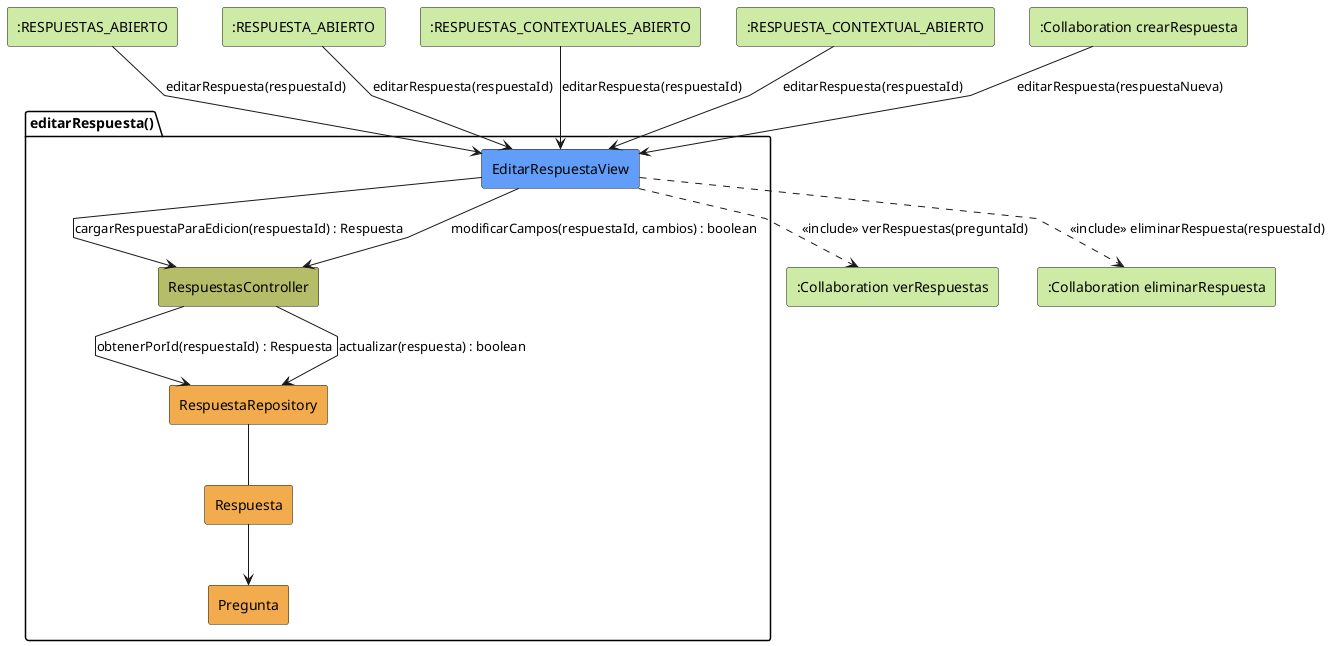
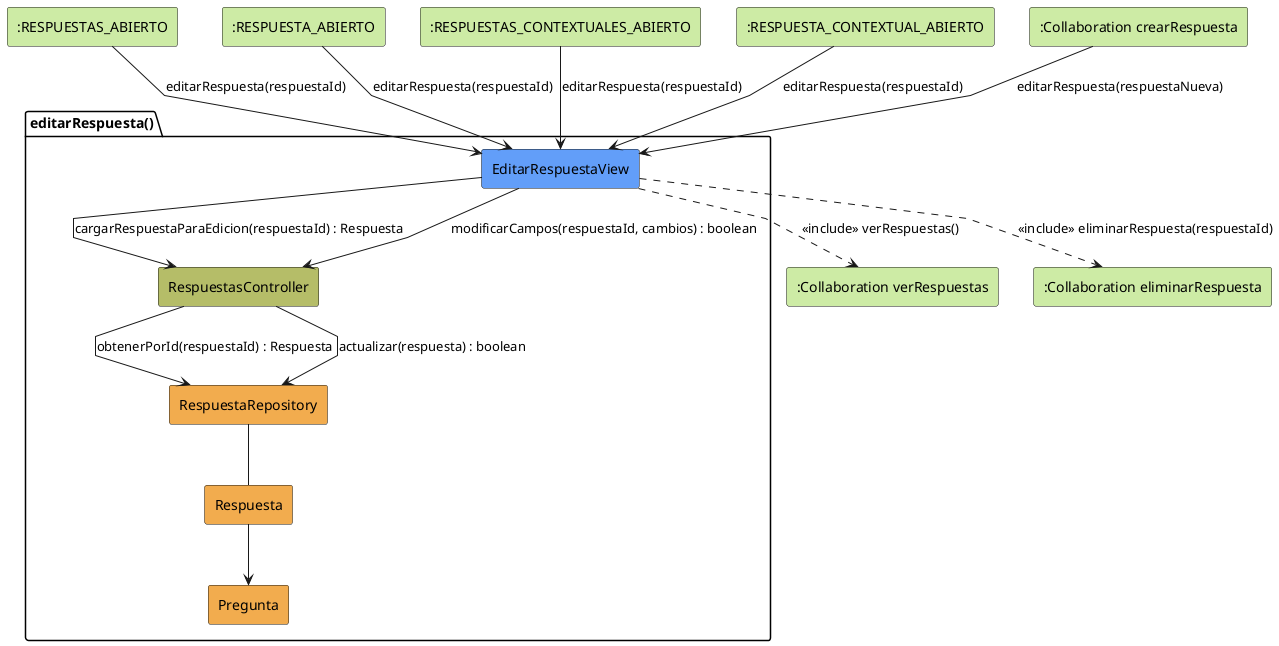
@startuml editarRespuesta-analisis
skinparam linetype polyline

rectangle #CDEBA5 ":RESPUESTAS_ABIERTO" as RespuestasAbierto
rectangle #CDEBA5 ":RESPUESTA_ABIERTO" as RespuestaAbierto
rectangle #CDEBA5 ":RESPUESTAS_CONTEXTUALES_ABIERTO" as RespuestasContextualesAbierto
rectangle #CDEBA5 ":RESPUESTA_CONTEXTUAL_ABIERTO" as RespuestaContextualAbierto
rectangle #CDEBA5 ":Collaboration crearRespuesta" as CrearRespuesta
rectangle #CDEBA5 ":Collaboration verRespuestas" as VerRespuestas
rectangle #CDEBA5 ":Collaboration eliminarRespuesta" as EliminarRespuesta

package editarRespuesta as "editarRespuesta()" {
    rectangle #629EF9 EditarRespuestaView
    rectangle #b5bd68 RespuestasController
    rectangle #F2AC4E RespuestaRepository
    rectangle #F2AC4E Respuesta
    rectangle #F2AC4E Pregunta
}

RespuestasAbierto --> EditarRespuestaView: editarRespuesta(respuestaId)
RespuestaAbierto --> EditarRespuestaView: editarRespuesta(respuestaId)
RespuestasContextualesAbierto --> EditarRespuestaView: editarRespuesta(respuestaId)
RespuestaContextualAbierto --> EditarRespuestaView: editarRespuesta(respuestaId)
CrearRespuesta --> EditarRespuestaView: editarRespuesta(respuestaNueva)

EditarRespuestaView -d-> RespuestasController: cargarRespuestaParaEdicion(respuestaId) : Respuesta

RespuestasController --> RespuestaRepository: obtenerPorId(respuestaId) : Respuesta

RespuestaRepository -- Respuesta
Respuesta --> Pregunta

EditarRespuestaView --> RespuestasController: modificarCampos(respuestaId, cambios) : boolean

RespuestasController --> RespuestaRepository: actualizar(respuesta) : boolean

- EditarRespuestaView ..> VerRespuestas: <<include>> verRespuestas(preguntaId)
+ EditarRespuestaView ..> VerRespuestas: <<include>> verRespuestas()
EditarRespuestaView ..> EliminarRespuesta: <<include>> eliminarRespuesta(respuestaId)

@enduml